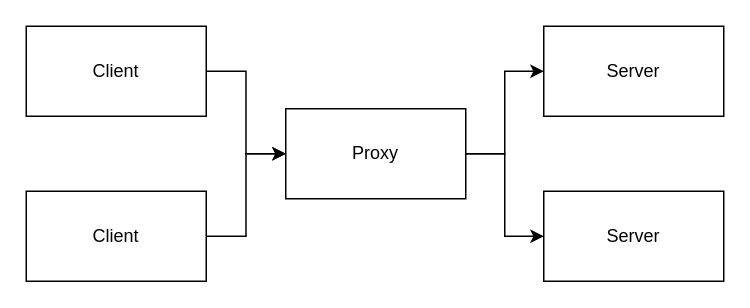
Above: page "proxy-good-placement" (1 of 7) of blog/raw/ipvs-lb/assets/diagrams.drawio in DavidVentura/blog (draw.io), before the change. Source tidied: cells renumbered, new cells numbered last; positions are measured from the earlier drawing's top-left corner, leaving out a move shared by most shapes. Both pictures are drawn from the tidied source at 150%, with x=0, y=0 at pixel (26, 26).
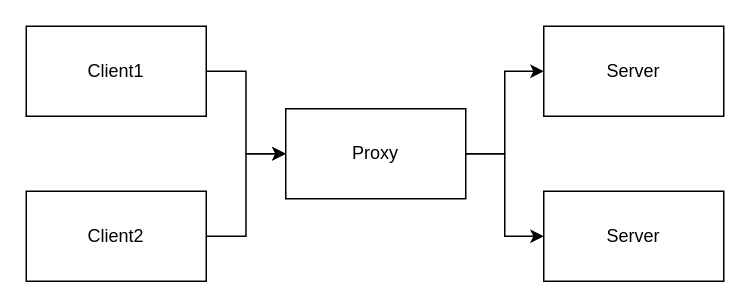
Above is the later version.

What changed in the source:
```diff
@@
 <mxGraphModel>
   <root>
     <mxCell id="0" />
     <mxCell id="1" parent="0" />
     <mxCell id="2" value="Server" style="rounded=0;whiteSpace=wrap;html=1;" parent="1" vertex="1">
       <mxGeometry x="345" y="110" width="120" height="60" as="geometry" />
     </mxCell>
     <mxCell id="3" style="edgeStyle=orthogonalEdgeStyle;rounded=0;jettySize=auto;html=1;" parent="1" edge="1" source="4" target="7">
       <mxGeometry relative="1" as="geometry" />
     </mxCell>
-    <mxCell id="4" value="Client" style="rounded=0;whiteSpace=wrap;html=1;" parent="1" vertex="1">
+    <mxCell id="4" value="Client2" style="rounded=0;whiteSpace=wrap;html=1;" parent="1" vertex="1">
       <mxGeometry y="110" width="120" height="60" as="geometry" />
     </mxCell>
     <mxCell id="5" style="edgeStyle=orthogonalEdgeStyle;rounded=0;jettySize=auto;html=1;entryX=0;entryY=0.5;entryDx=0;entryDy=0;" parent="1" edge="1" source="7" target="2">
       <mxGeometry relative="1" as="geometry" />
     </mxCell>
     <mxCell id="6" style="edgeStyle=orthogonalEdgeStyle;rounded=0;jettySize=auto;html=1;" parent="1" edge="1" source="7" target="10">
       <mxGeometry relative="1" as="geometry" />
     </mxCell>
     <mxCell id="7" value="Proxy" style="rounded=0;whiteSpace=wrap;html=1;" parent="1" vertex="1">
       <mxGeometry x="173" y="55" width="120" height="60" as="geometry" />
     </mxCell>
     <mxCell id="8" style="edgeStyle=orthogonalEdgeStyle;rounded=0;jettySize=auto;html=1;" parent="1" edge="1" source="9" target="7">
       <mxGeometry relative="1" as="geometry" />
     </mxCell>
-    <mxCell id="9" value="Client" style="rounded=0;whiteSpace=wrap;html=1;" parent="1" vertex="1">
+    <mxCell id="9" value="Client1" style="rounded=0;whiteSpace=wrap;html=1;" parent="1" vertex="1">
       <mxGeometry width="120" height="60" as="geometry" />
     </mxCell>
     <mxCell id="10" value="Server" style="rounded=0;whiteSpace=wrap;html=1;" parent="1" vertex="1">
       <mxGeometry x="345" width="120" height="60" as="geometry" />
     </mxCell>
   </root>
 </mxGraphModel>
```
